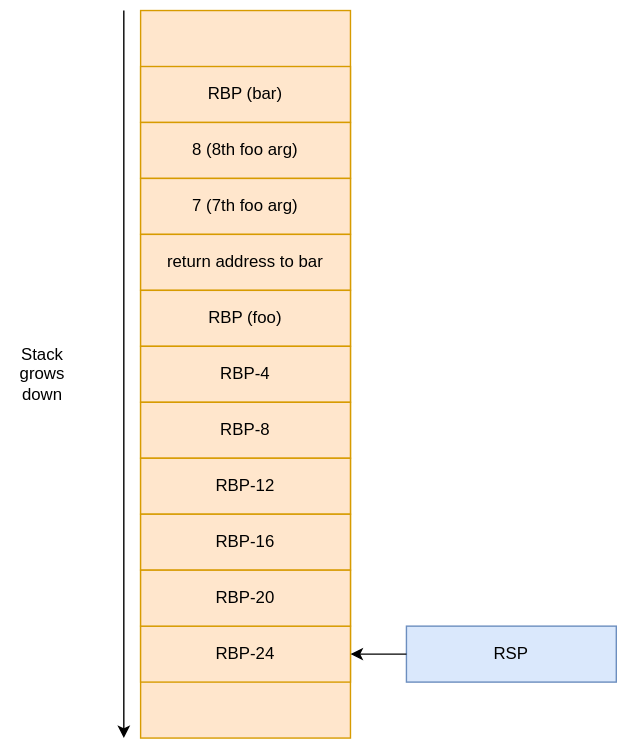
Before: content/assets/stack.svg, a diagram exported from draw.io (0xAX/asm). Source tidied: cells renumbered, new cells last; positions are measured from the earlier drawing's top-left corner, leaving out a move shared by most shapes. Its diagram source:
```xml
<mxGraphModel>
  <root>
    <mxCell id="0" />
    <mxCell id="1" parent="0" />
    <mxCell id="2" style="rounded=0;whiteSpace=wrap;html=1;fillColor=#ffe6cc;strokeColor=#d79b00;" parent="1" vertex="1">
      <mxGeometry x="100" width="150" height="520" as="geometry" />
    </mxCell>
    <mxCell id="3" value="&lt;div&gt;RBP (bar)&lt;/div&gt;" style="rounded=0;whiteSpace=wrap;html=1;fillColor=#ffe6cc;strokeColor=#d79b00;" parent="1" vertex="1">
      <mxGeometry x="100" y="40" width="150" height="40" as="geometry" />
    </mxCell>
    <mxCell id="4" value="8 (8th foo arg)" style="rounded=0;whiteSpace=wrap;html=1;fillColor=#ffe6cc;strokeColor=#d79b00;" parent="1" vertex="1">
      <mxGeometry x="100" y="80" width="150" height="40" as="geometry" />
    </mxCell>
    <mxCell id="5" value="7 (7th foo arg)" style="rounded=0;whiteSpace=wrap;html=1;fillColor=#ffe6cc;strokeColor=#d79b00;" parent="1" vertex="1">
      <mxGeometry x="100" y="120" width="150" height="40" as="geometry" />
    </mxCell>
    <mxCell id="6" value="return address to bar" style="rounded=0;whiteSpace=wrap;html=1;fillColor=#ffe6cc;strokeColor=#d79b00;" parent="1" vertex="1">
      <mxGeometry x="100" y="160" width="150" height="40" as="geometry" />
    </mxCell>
    <mxCell id="7" value="RBP (foo)" style="rounded=0;whiteSpace=wrap;html=1;fillColor=#ffe6cc;strokeColor=#d79b00;" parent="1" vertex="1">
      <mxGeometry x="100" y="200" width="150" height="40" as="geometry" />
    </mxCell>
    <mxCell id="8" value="RBP-4" style="rounded=0;whiteSpace=wrap;html=1;fillColor=#ffe6cc;strokeColor=#d79b00;" parent="1" vertex="1">
      <mxGeometry x="100" y="240" width="150" height="40" as="geometry" />
    </mxCell>
    <mxCell id="9" value="RBP-8" style="rounded=0;whiteSpace=wrap;html=1;fillColor=#ffe6cc;strokeColor=#d79b00;" parent="1" vertex="1">
      <mxGeometry x="100" y="280" width="150" height="40" as="geometry" />
    </mxCell>
    <mxCell id="10" value="RBP-24" style="rounded=0;whiteSpace=wrap;html=1;fillColor=#ffe6cc;strokeColor=#d79b00;" parent="1" vertex="1">
      <mxGeometry x="100" y="440" width="150" height="40" as="geometry" />
    </mxCell>
    <mxCell id="11" value="RBP-12" style="rounded=0;whiteSpace=wrap;html=1;fillColor=#ffe6cc;strokeColor=#d79b00;" parent="1" vertex="1">
      <mxGeometry x="100" y="320" width="150" height="40" as="geometry" />
    </mxCell>
    <mxCell id="12" value="RBP-16" style="rounded=0;whiteSpace=wrap;html=1;fillColor=#ffe6cc;strokeColor=#d79b00;" parent="1" vertex="1">
      <mxGeometry x="100" y="360" width="150" height="40" as="geometry" />
    </mxCell>
    <mxCell id="13" value="RBP-20" style="rounded=0;whiteSpace=wrap;html=1;fillColor=#ffe6cc;strokeColor=#d79b00;" parent="1" vertex="1">
      <mxGeometry x="100" y="400" width="150" height="40" as="geometry" />
    </mxCell>
    <mxCell id="14" value="RSP" style="rounded=0;whiteSpace=wrap;html=1;fillColor=#dae8fc;strokeColor=#6c8ebf;" parent="1" vertex="1">
      <mxGeometry x="290" y="440" width="150" height="40" as="geometry" />
    </mxCell>
    <mxCell id="15" style="endArrow=classic;html=1;rounded=0;exitX=0;exitY=0.5;exitDx=0;exitDy=0;entryX=1;entryY=0.5;entryDx=0;entryDy=0;" parent="1" edge="1" source="14" target="10">
      <mxGeometry relative="1" as="geometry" />
    </mxCell>
    <mxCell id="16" style="endArrow=classic;html=1;rounded=0;" parent="1" edge="1">
      <mxGeometry relative="1" as="geometry">
        <mxPoint x="88" as="sourcePoint" />
        <mxPoint x="88" y="520" as="targetPoint" />
      </mxGeometry>
    </mxCell>
    <mxCell id="17" value="Stack grows down" style="text;html=1;align=center;verticalAlign=middle;whiteSpace=wrap;rounded=0;" parent="1" vertex="1">
      <mxGeometry y="245" width="60" height="30" as="geometry" />
    </mxCell>
  </root>
</mxGraphModel>
```
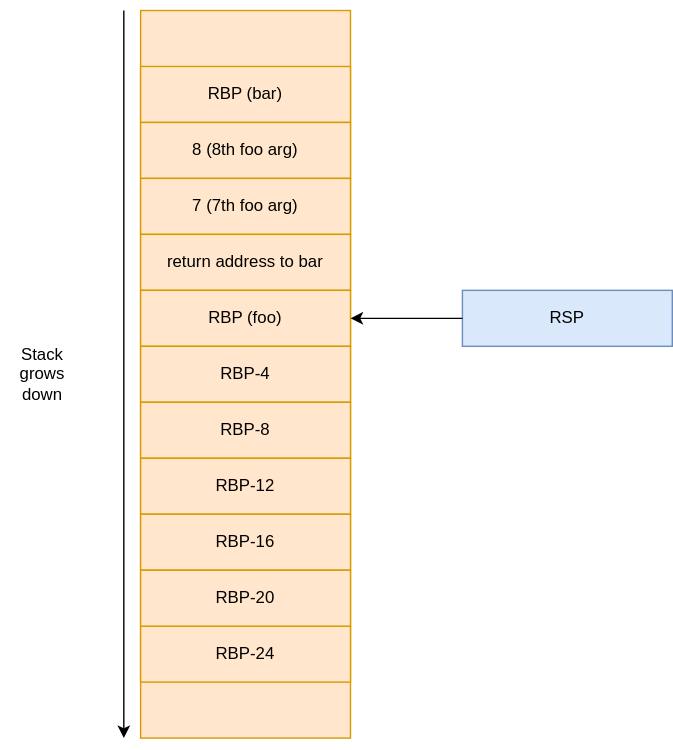
Above is the later version.

Commit message:
asm2: update stack diagram

The edit, as a diff of the source:
```diff
@@ -39,9 +39,9 @@
       <mxGeometry x="100" y="400" width="150" height="40" as="geometry" />
     </mxCell>
     <mxCell id="14" value="RSP" style="rounded=0;whiteSpace=wrap;html=1;fillColor=#dae8fc;strokeColor=#6c8ebf;" parent="1" vertex="1">
-      <mxGeometry x="290" y="440" width="150" height="40" as="geometry" />
+      <mxGeometry x="330" y="200" width="150" height="40" as="geometry" />
     </mxCell>
-    <mxCell id="15" style="endArrow=classic;html=1;rounded=0;exitX=0;exitY=0.5;exitDx=0;exitDy=0;entryX=1;entryY=0.5;entryDx=0;entryDy=0;" parent="1" edge="1" source="14" target="10">
+    <mxCell id="15" style="endArrow=classic;html=1;rounded=0;exitX=0;exitY=0.5;exitDx=0;exitDy=0;entryX=1;entryY=0.5;entryDx=0;entryDy=0;" parent="1" edge="1" source="14" target="7">
       <mxGeometry relative="1" as="geometry" />
     </mxCell>
     <mxCell id="16" style="endArrow=classic;html=1;rounded=0;" parent="1" edge="1">
```
